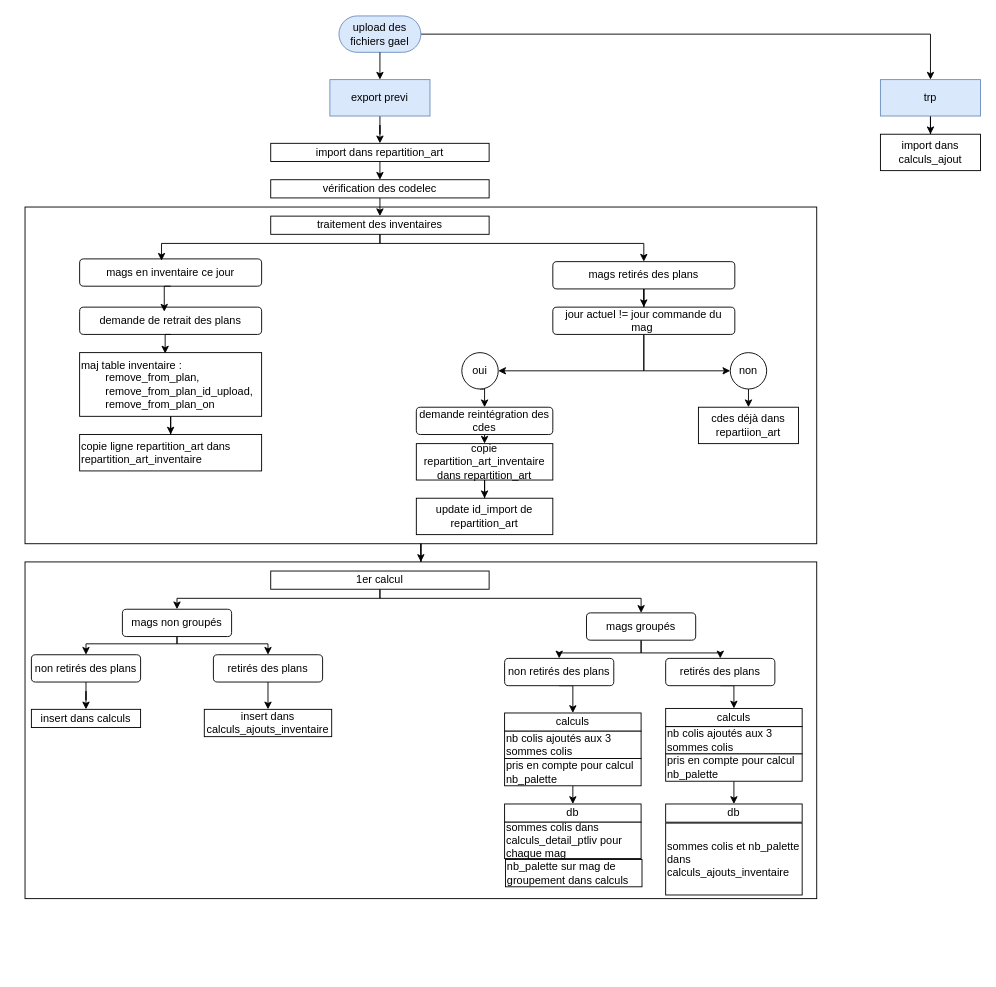
The draw.io diagram Diagramme sans nom.drawio in valbtlec/phpsnippets, before the edit. Source tidied: cells renumbered, new cells numbered last; positions are measured from the earlier drawing's top-left corner, leaving out a move shared by most shapes. Both pictures are drawn from the tidied source at 91%, with x=0, y=0 at pixel (25, 15).
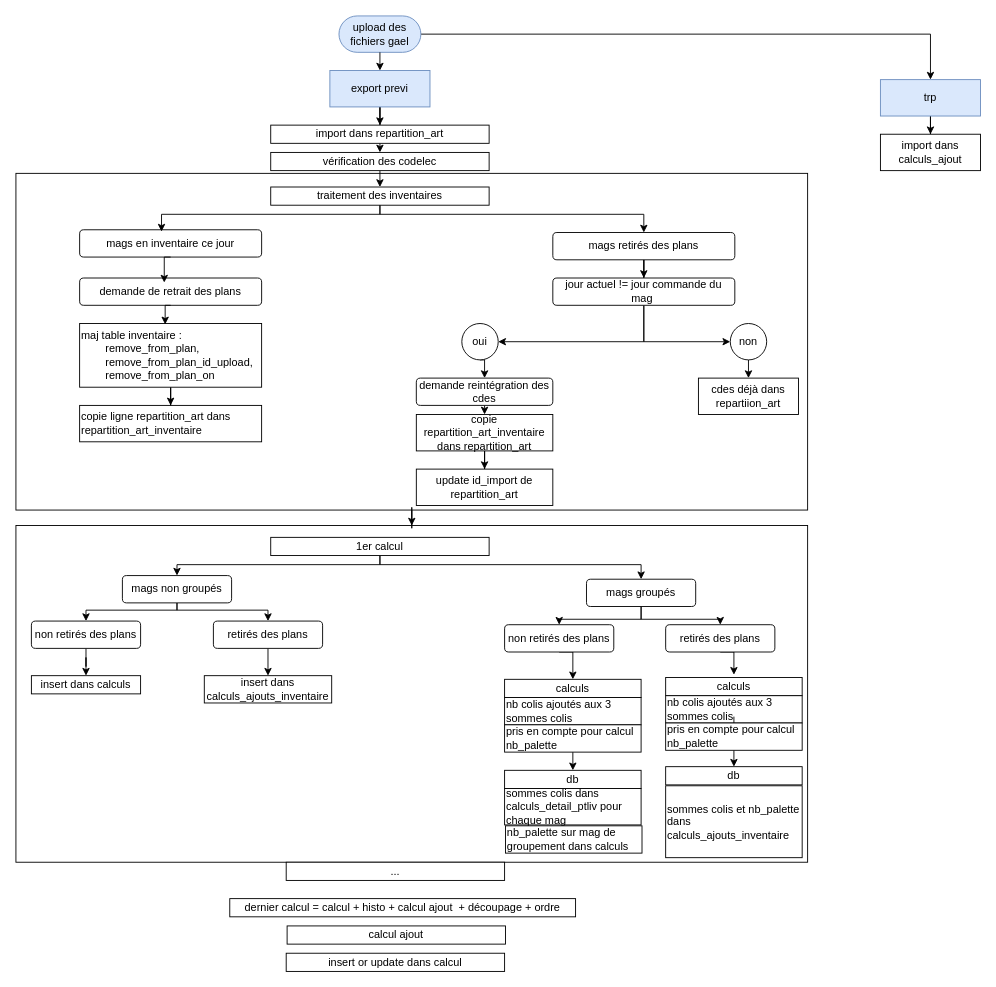
Above is the later version.

Commit message:
genaration planning transporteur

Change to the diagram source:
```diff
@@
     <mxCell id="2" style="rounded=0;whiteSpace=wrap;html=1;fillColor=none;" parent="1" vertex="1">
-      <mxGeometry y="600" width="870" height="370" as="geometry" />
+      <mxGeometry x="-10" y="560" width="870" height="370" as="geometry" />
     </mxCell>
@@
     <mxCell id="4" style="rounded=0;whiteSpace=wrap;html=1;fillColor=none;" parent="1" vertex="1">
-      <mxGeometry y="210" width="870" height="370" as="geometry" />
+      <mxGeometry x="-10" y="173" width="870" height="370" as="geometry" />
     </mxCell>
@@
     <mxCell id="8" value="export previ" style="rounded=0;whiteSpace=wrap;html=1;fillColor=#dae8fc;strokeColor=#6c8ebf;" parent="1" vertex="1">
-      <mxGeometry x="335" y="70" width="110" height="40" as="geometry" />
+      <mxGeometry x="335" y="60" width="110" height="40" as="geometry" />
     </mxCell>
@@
     <mxCell id="12" value="import dans&amp;nbsp;&lt;span style=&quot;background-color: transparent; color: light-dark(rgb(0, 0, 0), rgb(255, 255, 255));&quot;&gt;repartition_art&lt;/span&gt;" style="rounded=0;whiteSpace=wrap;html=1;" parent="1" vertex="1">
-      <mxGeometry x="270" y="140" width="240" height="20" as="geometry" />
+      <mxGeometry x="270" y="120" width="240" height="20" as="geometry" />
     </mxCell>
@@
     <mxCell id="15" value="vérification des codelec" style="rounded=0;whiteSpace=wrap;html=1;" parent="1" vertex="1">
-      <mxGeometry x="270" y="180" width="240" height="20" as="geometry" />
+      <mxGeometry x="270" y="150" width="240" height="20" as="geometry" />
     </mxCell>
     <mxCell id="16" style="edgeStyle=orthogonalEdgeStyle;rounded=0;jettySize=auto;html=1;exitX=0.5;exitY=1;exitDx=0;exitDy=0;entryX=0.5;entryY=0;entryDx=0;entryDy=0;" parent="1" edge="1" source="17" target="20">
       <mxGeometry relative="1" as="geometry">
         <Array as="points">
-          <mxPoint x="390" y="250" />
-          <mxPoint x="680" y="250" />
+          <mxPoint x="390" y="218" />
+          <mxPoint x="680" y="218" />
         </Array>
       </mxGeometry>
     </mxCell>
     <mxCell id="17" value="traitement des inventaires" style="rounded=0;whiteSpace=wrap;html=1;" parent="1" vertex="1">
-      <mxGeometry x="270" y="220" width="240" height="20" as="geometry" />
+      <mxGeometry x="270" y="188" width="240" height="20" as="geometry" />
     </mxCell>
     <mxCell id="18" value="mags en inventaire ce jour" style="rounded=1;whiteSpace=wrap;html=1;" parent="1" vertex="1">
-      <mxGeometry x="60" y="267" width="200" height="30" as="geometry" />
+      <mxGeometry x="60" y="235" width="200" height="30" as="geometry" />
     </mxCell>
@@
     <mxCell id="20" value="mags retirés des plans" style="rounded=1;whiteSpace=wrap;html=1;" parent="1" vertex="1">
-      <mxGeometry x="580" y="270" width="200" height="30" as="geometry" />
+      <mxGeometry x="580" y="238" width="200" height="30" as="geometry" />
     </mxCell>
     <mxCell id="21" value="&lt;div&gt;&lt;div&gt;copie ligne repartition_art dans repartition_art_inventaire&lt;/div&gt;&lt;/div&gt;" style="rounded=0;whiteSpace=wrap;html=1;align=left;" parent="1" vertex="1">
-      <mxGeometry x="60" y="460" width="200" height="40" as="geometry" />
+      <mxGeometry x="60" y="428" width="200" height="40" as="geometry" />
     </mxCell>
     <mxCell id="22" value="demande de retrait des plans" style="rounded=1;whiteSpace=wrap;html=1;" parent="1" vertex="1">
-      <mxGeometry x="60" y="320" width="200" height="30" as="geometry" />
+      <mxGeometry x="60" y="288" width="200" height="30" as="geometry" />
     </mxCell>
@@
     <mxCell id="24" value="demande reintégration des cdes" style="rounded=1;whiteSpace=wrap;html=1;" parent="1" vertex="1">
-      <mxGeometry x="430" y="430" width="150" height="30" as="geometry" />
+      <mxGeometry x="430" y="398" width="150" height="30" as="geometry" />
     </mxCell>
@@
     <mxCell id="27" value="jour actuel != jour commande du mag&amp;nbsp;" style="rounded=1;whiteSpace=wrap;html=1;" parent="1" vertex="1">
-      <mxGeometry x="580" y="320" width="200" height="30" as="geometry" />
+      <mxGeometry x="580" y="288" width="200" height="30" as="geometry" />
     </mxCell>
     <mxCell id="28" value="cdes déjà dans repartiion_art" style="rounded=0;whiteSpace=wrap;html=1;" parent="1" vertex="1">
-      <mxGeometry x="740" y="430" width="110" height="40" as="geometry" />
+      <mxGeometry x="740" y="398" width="110" height="40" as="geometry" />
     </mxCell>
@@
     <mxCell id="30" value="oui" style="ellipse;whiteSpace=wrap;html=1;" parent="1" vertex="1">
-      <mxGeometry x="480" y="370" width="40" height="40" as="geometry" />
+      <mxGeometry x="480" y="338" width="40" height="40" as="geometry" />
     </mxCell>
@@
     <mxCell id="32" value="non" style="ellipse;whiteSpace=wrap;html=1;" parent="1" vertex="1">
-      <mxGeometry x="775" y="370" width="40" height="40" as="geometry" />
+      <mxGeometry x="775" y="338" width="40" height="40" as="geometry" />
     </mxCell>
@@
     <mxCell id="34" value="copie repartition_art_inventaire dans repartition_art" style="rounded=0;whiteSpace=wrap;html=1;" parent="1" vertex="1">
-      <mxGeometry x="430" y="470" width="150" height="40" as="geometry" />
+      <mxGeometry x="430" y="438" width="150" height="40" as="geometry" />
     </mxCell>
     <mxCell id="35" value="update id_import de repartition_art" style="rounded=0;whiteSpace=wrap;html=1;" parent="1" vertex="1">
-      <mxGeometry x="430" y="530" width="150" height="40" as="geometry" />
+      <mxGeometry x="430" y="498" width="150" height="40" as="geometry" />
     </mxCell>
     <mxCell id="36" style="edgeStyle=orthogonalEdgeStyle;rounded=0;jettySize=auto;html=1;exitX=0.5;exitY=1;exitDx=0;exitDy=0;" parent="1" edge="1" source="38" target="41">
       <mxGeometry relative="1" as="geometry">
         <Array as="points">
-          <mxPoint x="390" y="640" />
-          <mxPoint x="167" y="640" />
+          <mxPoint x="390" y="603" />
+          <mxPoint x="167" y="603" />
         </Array>
       </mxGeometry>
     </mxCell>
     <mxCell id="37" style="edgeStyle=orthogonalEdgeStyle;rounded=0;jettySize=auto;html=1;exitX=0.5;exitY=1;exitDx=0;exitDy=0;entryX=0.5;entryY=0;entryDx=0;entryDy=0;" parent="1" edge="1" source="38" target="44">
       <mxGeometry relative="1" as="geometry">
         <Array as="points">
-          <mxPoint x="390" y="640" />
-          <mxPoint x="677" y="640" />
+          <mxPoint x="390" y="603" />
+          <mxPoint x="677" y="603" />
         </Array>
       </mxGeometry>
     </mxCell>
     <mxCell id="38" value="1er calcul" style="rounded=0;whiteSpace=wrap;html=1;" parent="1" vertex="1">
-      <mxGeometry x="270" y="610" width="240" height="20" as="geometry" />
+      <mxGeometry x="270" y="573" width="240" height="20" as="geometry" />
     </mxCell>
     <mxCell id="39" style="edgeStyle=orthogonalEdgeStyle;rounded=0;jettySize=auto;html=1;exitX=0.5;exitY=1;exitDx=0;exitDy=0;" parent="1" edge="1" source="41" target="46">
       <mxGeometry relative="1" as="geometry">
         <Array as="points">
-          <mxPoint x="167" y="690" />
-          <mxPoint x="67" y="690" />
+          <mxPoint x="167" y="653" />
+          <mxPoint x="67" y="653" />
         </Array>
       </mxGeometry>
     </mxCell>
     <mxCell id="40" style="edgeStyle=orthogonalEdgeStyle;rounded=0;jettySize=auto;html=1;exitX=0.5;exitY=1;exitDx=0;exitDy=0;" parent="1" edge="1" source="41" target="48">
       <mxGeometry relative="1" as="geometry">
         <Array as="points">
-          <mxPoint x="167" y="690" />
-          <mxPoint x="267" y="690" />
+          <mxPoint x="167" y="653" />
+          <mxPoint x="267" y="653" />
         </Array>
       </mxGeometry>
     </mxCell>
     <mxCell id="41" value="mags non groupés" style="rounded=1;whiteSpace=wrap;html=1;" parent="1" vertex="1">
-      <mxGeometry x="107" y="652" width="120" height="30" as="geometry" />
+      <mxGeometry x="107" y="615" width="120" height="30" as="geometry" />
     </mxCell>
     <mxCell id="42" style="edgeStyle=orthogonalEdgeStyle;rounded=0;jettySize=auto;html=1;exitX=0.5;exitY=1;exitDx=0;exitDy=0;" parent="1" edge="1" source="44" target="52">
       <mxGeometry relative="1" as="geometry">
         <Array as="points">
-          <mxPoint x="677" y="700" />
-          <mxPoint x="587" y="700" />
+          <mxPoint x="677" y="663" />
+          <mxPoint x="587" y="663" />
         </Array>
       </mxGeometry>
     </mxCell>
     <mxCell id="43" style="edgeStyle=orthogonalEdgeStyle;rounded=0;jettySize=auto;html=1;exitX=0.5;exitY=1;exitDx=0;exitDy=0;entryX=0.5;entryY=0;entryDx=0;entryDy=0;" parent="1" edge="1" source="44" target="54">
       <mxGeometry relative="1" as="geometry">
         <Array as="points">
-          <mxPoint x="677" y="700" />
-          <mxPoint x="764" y="700" />
+          <mxPoint x="677" y="663" />
+          <mxPoint x="764" y="663" />
         </Array>
       </mxGeometry>
     </mxCell>
     <mxCell id="44" value="mags groupés" style="rounded=1;whiteSpace=wrap;html=1;" parent="1" vertex="1">
-      <mxGeometry x="617" y="656" width="120" height="30" as="geometry" />
+      <mxGeometry x="617" y="619" width="120" height="30" as="geometry" />
     </mxCell>
@@
     <mxCell id="46" value="non retirés des plans" style="rounded=1;whiteSpace=wrap;html=1;" parent="1" vertex="1">
-      <mxGeometry x="7" y="702" width="120" height="30" as="geometry" />
+      <mxGeometry x="7" y="665" width="120" height="30" as="geometry" />
     </mxCell>
@@
     <mxCell id="48" value="retirés des plans" style="rounded=1;whiteSpace=wrap;html=1;" parent="1" vertex="1">
-      <mxGeometry x="207" y="702" width="120" height="30" as="geometry" />
+      <mxGeometry x="207" y="665" width="120" height="30" as="geometry" />
     </mxCell>
     <mxCell id="49" value="insert dans calculs" style="rounded=0;whiteSpace=wrap;html=1;" parent="1" vertex="1">
-      <mxGeometry x="7" y="762" width="120" height="20" as="geometry" />
+      <mxGeometry x="7" y="725" width="120" height="20" as="geometry" />
     </mxCell>
     <mxCell id="50" value="insert dans calculs_ajouts_inventaire" style="rounded=0;whiteSpace=wrap;html=1;" parent="1" vertex="1">
-      <mxGeometry x="197" y="762" width="140" height="30" as="geometry" />
+      <mxGeometry x="197" y="725" width="140" height="30" as="geometry" />
     </mxCell>
@@
     <mxCell id="52" value="non retirés des plans" style="rounded=1;whiteSpace=wrap;html=1;" parent="1" vertex="1">
-      <mxGeometry x="527" y="706" width="120" height="30" as="geometry" />
+      <mxGeometry x="527" y="669" width="120" height="30" as="geometry" />
     </mxCell>
-    <mxCell id="53" style="edgeStyle=orthogonalEdgeStyle;rounded=0;jettySize=auto;html=1;exitX=0.5;exitY=1;exitDx=0;exitDy=0;entryX=0.5;entryY=0;entryDx=0;entryDy=0;" parent="1" edge="1" source="54" target="62">
-      <mxGeometry relative="1" as="geometry" />
+    <mxCell id="53" style="edgeStyle=orthogonalEdgeStyle;rounded=0;jettySize=auto;html=1;exitX=0.5;exitY=1;exitDx=0;exitDy=0;entryX=0.5;entryY=0;entryDx=0;entryDy=0;" parent="1" edge="1" source="54">
+      <mxGeometry relative="1" as="geometry">
+        <mxPoint x="779" y="724" as="targetPoint" />
+      </mxGeometry>
     </mxCell>
     <mxCell id="54" value="retirés des plans" style="rounded=1;whiteSpace=wrap;html=1;" parent="1" vertex="1">
-      <mxGeometry x="704" y="706" width="120" height="30" as="geometry" />
+      <mxGeometry x="704" y="669" width="120" height="30" as="geometry" />
     </mxCell>
     <mxCell id="55" value="calculs" style="rounded=0;whiteSpace=wrap;html=1;" parent="1" vertex="1">
-      <mxGeometry x="527" y="766" width="150" height="20" as="geometry" />
+      <mxGeometry x="527" y="729" width="150" height="20" as="geometry" />
     </mxCell>
     <mxCell id="56" value="nb colis ajoutés aux 3 sommes colis&amp;nbsp;" style="rounded=0;whiteSpace=wrap;html=1;align=left;" parent="1" vertex="1">
-      <mxGeometry x="527" y="786" width="150" height="30" as="geometry" />
+      <mxGeometry x="527" y="749" width="150" height="30" as="geometry" />
     </mxCell>
@@
     <mxCell id="58" value="pris en compte pour calcul nb_palette" style="rounded=0;whiteSpace=wrap;html=1;align=left;" parent="1" vertex="1">
-      <mxGeometry x="527" y="816" width="150" height="30" as="geometry" />
+      <mxGeometry x="527" y="779" width="150" height="30" as="geometry" />
     </mxCell>
     <mxCell id="59" value="db" style="rounded=0;whiteSpace=wrap;html=1;" parent="1" vertex="1">
-      <mxGeometry x="527" y="866" width="150" height="20" as="geometry" />
+      <mxGeometry x="527" y="829" width="150" height="20" as="geometry" />
     </mxCell>
     <mxCell id="60" value="sommes colis dans calculs_detail_ptliv pour chaque mag" style="rounded=0;whiteSpace=wrap;html=1;align=left;" parent="1" vertex="1">
-      <mxGeometry x="527" y="886" width="150" height="40" as="geometry" />
+      <mxGeometry x="527" y="849" width="150" height="40" as="geometry" />
     </mxCell>
     <mxCell id="61" value="nb_palette sur mag de groupement dans calculs" style="rounded=0;whiteSpace=wrap;html=1;align=left;" parent="1" vertex="1">
-      <mxGeometry x="528" y="927" width="150" height="30" as="geometry" />
+      <mxGeometry x="528" y="890" width="150" height="30" as="geometry" />
     </mxCell>
     <mxCell id="62" value="calculs" style="rounded=0;whiteSpace=wrap;html=1;" parent="1" vertex="1">
-      <mxGeometry x="704" y="761" width="150" height="20" as="geometry" />
+      <mxGeometry x="704" y="727" width="150" height="20" as="geometry" />
     </mxCell>
     <mxCell id="63" value="nb colis ajoutés aux 3 sommes colis&amp;nbsp;" style="rounded=0;whiteSpace=wrap;html=1;align=left;" parent="1" vertex="1">
-      <mxGeometry x="704" y="781" width="150" height="30" as="geometry" />
+      <mxGeometry x="704" y="747" width="150" height="30" as="geometry" />
     </mxCell>
-    <mxCell id="64" style="edgeStyle=orthogonalEdgeStyle;rounded=0;jettySize=auto;html=1;exitX=0.5;exitY=1;exitDx=0;exitDy=0;entryX=0.5;entryY=0;entryDx=0;entryDy=0;" parent="1" edge="1" source="65" target="66">
-      <mxGeometry relative="1" as="geometry" />
+    <mxCell id="64" style="edgeStyle=orthogonalEdgeStyle;rounded=0;orthogonalLoop=1;jettySize=auto;html=1;exitX=0.5;exitY=1;exitDx=0;exitDy=0;entryX=0.5;entryY=0;entryDx=0;entryDy=0;" parent="1" edge="1">
+      <mxGeometry relative="1" as="geometry">
+        <mxPoint x="779" y="770" as="sourcePoint" />
+        <mxPoint x="779" y="795" as="targetPoint" />
+      </mxGeometry>
     </mxCell>
+    <mxCell id="74" style="edgeStyle=orthogonalEdgeStyle;rounded=0;jettySize=auto;html=1;exitX=0.5;exitY=1;exitDx=0;exitDy=0;entryX=0.5;entryY=0;entryDx=0;entryDy=0;" parent="1" edge="1" source="65" target="66">
+      <mxGeometry relative="1" as="geometry" />
+    </mxCell>
     <mxCell id="65" value="pris en compte pour calcul nb_palette" style="rounded=0;whiteSpace=wrap;html=1;align=left;" parent="1" vertex="1">
-      <mxGeometry x="704" y="811" width="150" height="30" as="geometry" />
+      <mxGeometry x="704" y="777" width="150" height="30" as="geometry" />
     </mxCell>
     <mxCell id="66" value="db" style="rounded=0;whiteSpace=wrap;html=1;" parent="1" vertex="1">
-      <mxGeometry x="704" y="866" width="150" height="20" as="geometry" />
+      <mxGeometry x="704" y="825" width="150" height="20" as="geometry" />
     </mxCell>
     <mxCell id="67" value="sommes colis et nb_palette dans calculs_ajouts_inventaire" style="rounded=0;whiteSpace=wrap;html=1;align=left;" parent="1" vertex="1">
-      <mxGeometry x="704" y="887" width="150" height="79" as="geometry" />
+      <mxGeometry x="704" y="846" width="150" height="79" as="geometry" />
     </mxCell>
@@
     <mxCell id="70" value="maj table inventaire :&amp;nbsp;&lt;div&gt;&lt;span style=&quot;white-space: pre;&quot;&gt;&#9;&lt;/span&gt;remove_from_plan, &lt;span style=&quot;white-space: pre;&quot;&gt;&#9;&lt;/span&gt;remove_from_plan_id_upload,&lt;/div&gt;&lt;div&gt;&lt;span style=&quot;white-space: pre;&quot;&gt;&#9;&lt;/span&gt;remove_from_plan_on&lt;/div&gt;" style="rounded=0;whiteSpace=wrap;html=1;align=left;" parent="1" vertex="1">
-      <mxGeometry x="60" y="370" width="200" height="70" as="geometry" />
+      <mxGeometry x="60" y="338" width="200" height="70" as="geometry" />
     </mxCell>
     <mxCell id="71" style="edgeStyle=orthogonalEdgeStyle;rounded=0;jettySize=auto;html=1;exitX=0.5;exitY=1;exitDx=0;exitDy=0;entryX=0.45;entryY=0.067;entryDx=0;entryDy=0;entryPerimeter=0;" parent="1" edge="1" source="17" target="18">
       <mxGeometry relative="1" as="geometry">
         <Array as="points">
-          <mxPoint x="390" y="250" />
-          <mxPoint x="150" y="250" />
+          <mxPoint x="390" y="218" />
+          <mxPoint x="150" y="218" />
         </Array>
       </mxGeometry>
     </mxCell>
@@
+    <mxCell id="75" value="..." style="rounded=0;whiteSpace=wrap;html=1;" parent="1" vertex="1">
+      <mxGeometry x="287" y="930" width="240" height="20" as="geometry" />
+    </mxCell>
+    <mxCell id="76" value="dernier calcul = calcul + histo + calcul ajout&amp;nbsp; + découpage + ordre" style="rounded=0;whiteSpace=wrap;html=1;" parent="1" vertex="1">
+      <mxGeometry x="225" y="970" width="380" height="20" as="geometry" />
+    </mxCell>
+    <mxCell id="77" value="calcul ajout" style="rounded=0;whiteSpace=wrap;html=1;" parent="1" vertex="1">
+      <mxGeometry x="288" y="1000" width="240" height="20" as="geometry" />
+    </mxCell>
+    <mxCell id="78" value="insert or update dans calcul" style="rounded=0;whiteSpace=wrap;html=1;" parent="1" vertex="1">
+      <mxGeometry x="287" y="1030" width="240" height="20" as="geometry" />
+    </mxCell>
```
